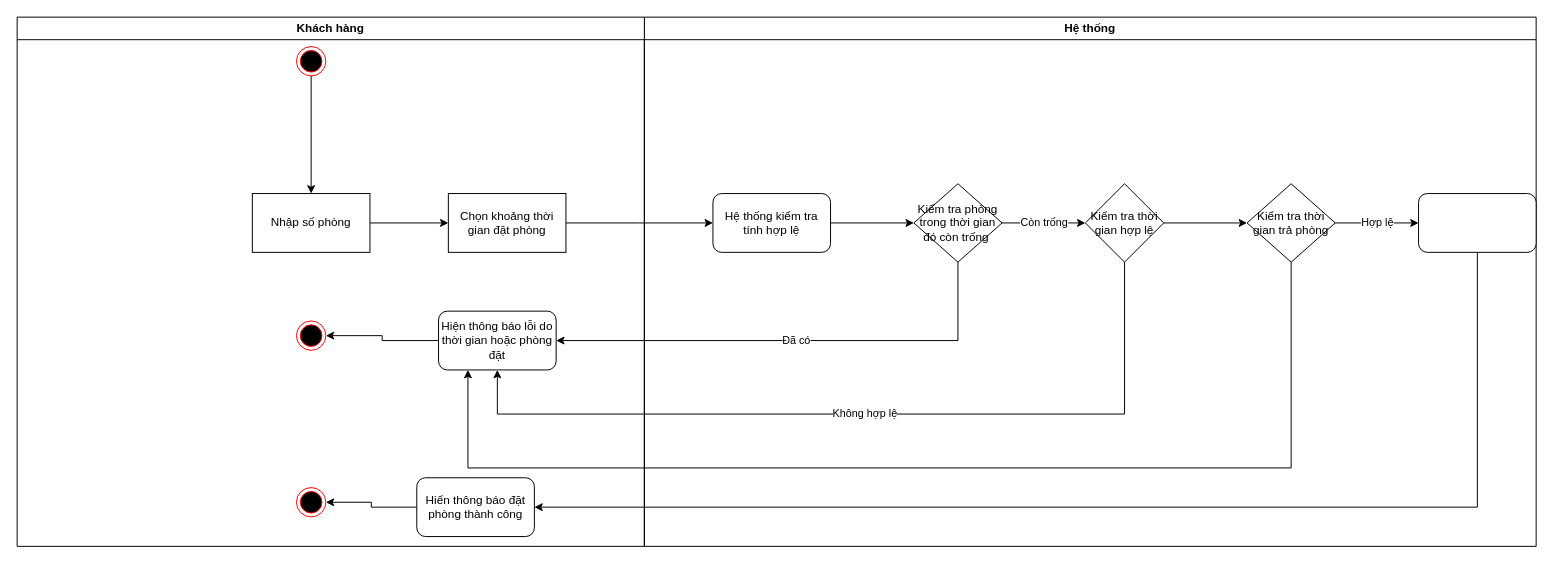
VuHoangNhiem007/HCMKS25CNTT5_PT-TK_Session11_N25DTCN105_VuHoangNhiem_BKT_SAD_Stay keeps this draw.io diagram as page "Trang-2" (2 of 2) of N25DTCN105_VuHoangNhiem_BKT_SAD_Stay.drawio. Above is the earlier version. Source tidied: cells renumbered, new cells numbered last; positions are measured from the earlier drawing's top-left corner, leaving out a move shared by most shapes. Both pictures are drawn from the tidied source at 98%, with x=0, y=0 at pixel (17, 17).
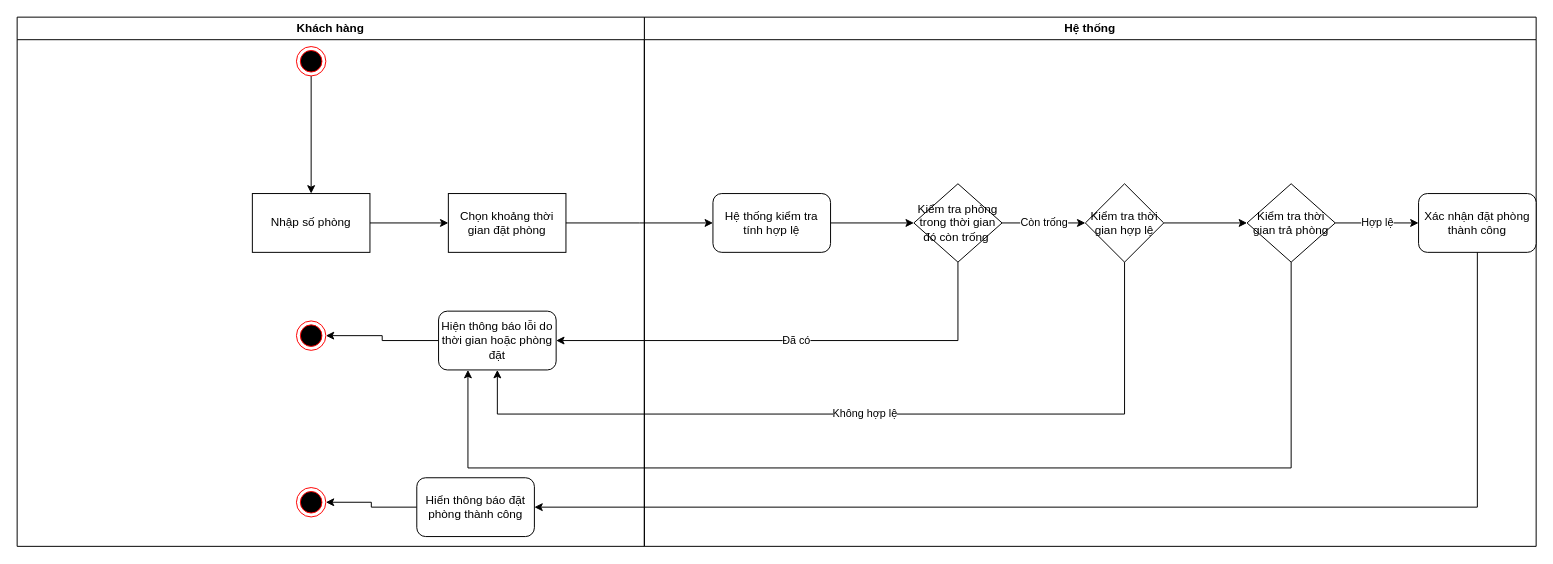
The same page after the edit.

Commit message:
Session 11 bo sung

The change refers to these unchanged cells:
```xml
<mxCell id="2" value="Hệ thống" style="swimlane;whiteSpace=wrap;html=1;" parent="1" vertex="1">
  <mxGeometry x="640" width="910" height="540" as="geometry" />
</mxCell>
```

What changed in the source:
```diff
@@
-    <mxCell id="11" style="rounded=1;whiteSpace=wrap;html=1;" parent="2" vertex="1">
+    <mxCell id="11" value="Xác nhận đặt phòng thành công" style="rounded=1;whiteSpace=wrap;html=1;" parent="2" vertex="1">
       <mxGeometry x="790" y="180" width="120" height="60" as="geometry" />
     </mxCell>
```
